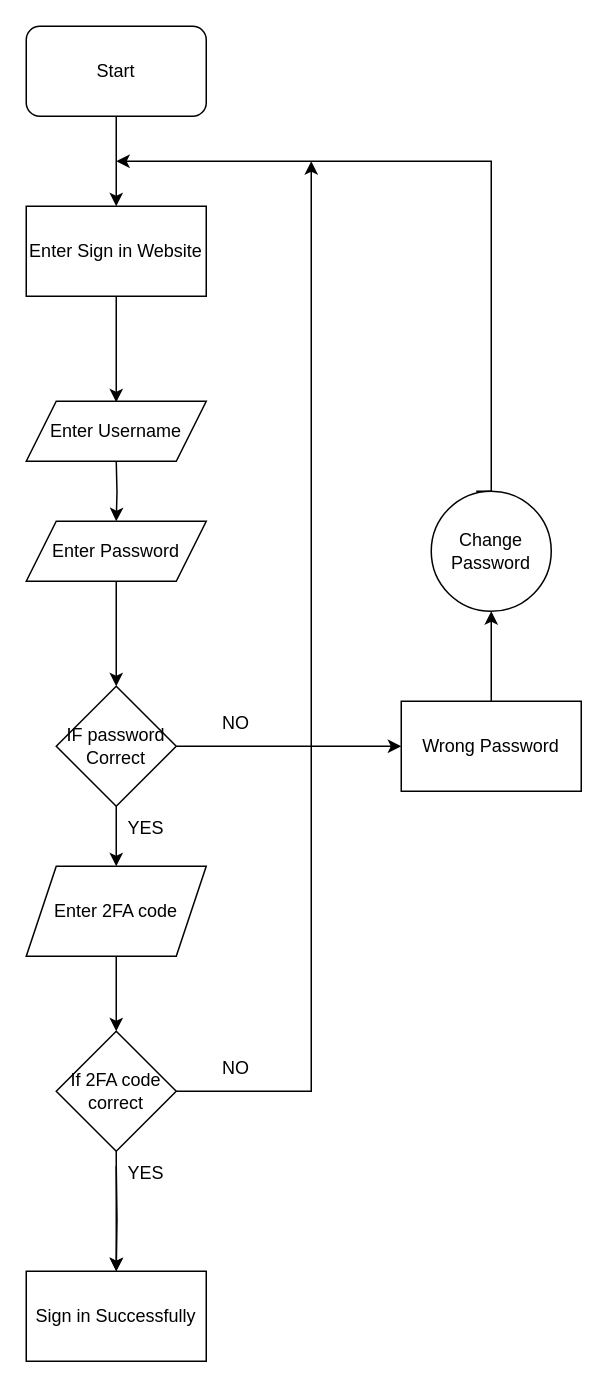
Before: Flowchart CW 2.drawio in theretardednoob/PPS, a draw.io diagram. Source tidied: cells renumbered, new cells numbered last; positions are measured from the earlier drawing's top-left corner, leaving out a move shared by most shapes. Both pictures are drawn from the tidied source at 150%, with x=0, y=0 at pixel (26, 26).
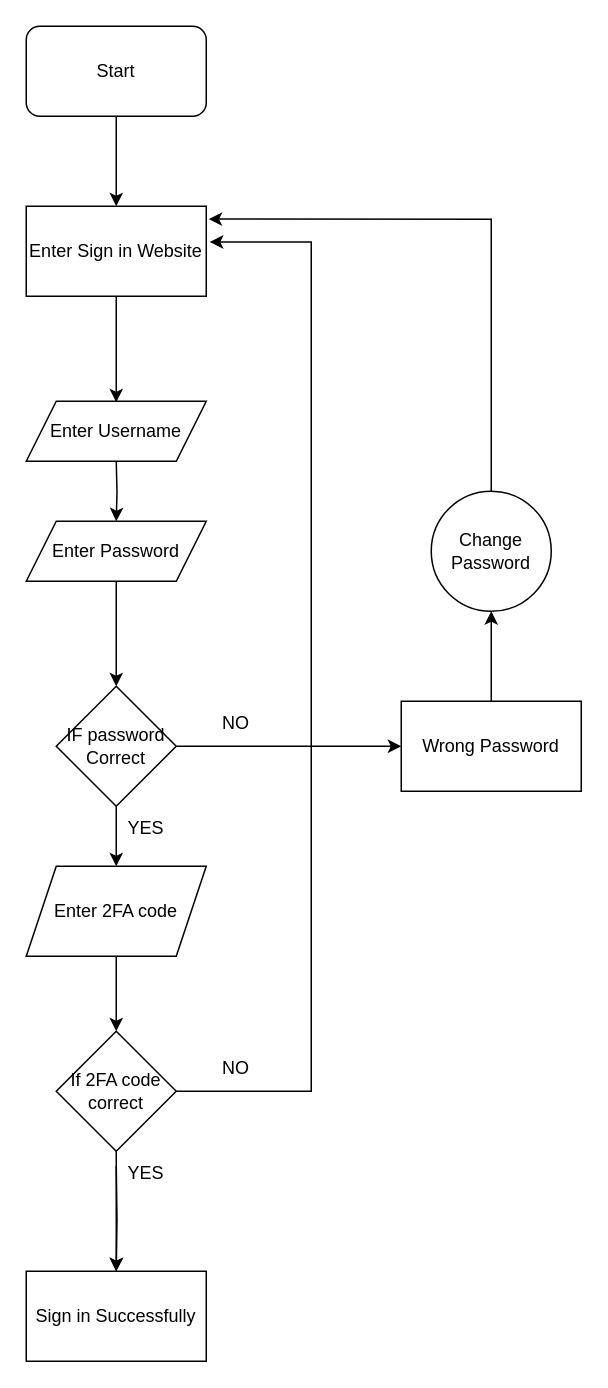
After the change.

The change refers to these unchanged cells:
```xml
<mxCell id="2" value="Enter Sign in Website" style="rounded=0;whiteSpace=wrap;html=1;" parent="1" vertex="1">
  <mxGeometry y="120" width="120" height="60" as="geometry" />
</mxCell>
<mxCell id="24" value="If 2FA code correct" style="rhombus;whiteSpace=wrap;html=1;" parent="1" vertex="1">
  <mxGeometry x="20" y="670" width="80" height="80" as="geometry" />
</mxCell>
<mxCell id="27" value="Change Password" style="ellipse;whiteSpace=wrap;html=1;" parent="1" vertex="1">
  <mxGeometry x="270" y="310" width="80" height="80" as="geometry" />
</mxCell>
```

The edit, as a diff of the source:
```diff
@@
-    <mxCell id="10" style="edgeStyle=orthogonalEdgeStyle;rounded=0;jettySize=auto;html=1;exitX=0.375;exitY=0;exitDx=0;exitDy=0;exitPerimeter=0;" parent="1" edge="1" source="27">
-      <mxGeometry relative="1" as="geometry">
-        <mxPoint x="60" y="90" as="targetPoint" />
-        <Array as="points">
-          <mxPoint x="310" y="90" />
-        </Array>
-      </mxGeometry>
-    </mxCell>
@@
-    <mxCell id="23" style="edgeStyle=orthogonalEdgeStyle;rounded=0;jettySize=auto;html=1;" parent="1" edge="1" source="24">
+    <mxCell id="23" style="edgeStyle=orthogonalEdgeStyle;rounded=0;jettySize=auto;html=1;entryX=1.02;entryY=0.397;entryDx=0;entryDy=0;entryPerimeter=0;" parent="1" edge="1" source="24" target="2">
       <mxGeometry relative="1" as="geometry">
-        <mxPoint x="190" y="90" as="targetPoint" />
         <Array as="points">
-          <mxPoint x="150" y="710" />
-          <mxPoint x="150" y="710" />
+          <mxPoint x="190" y="710" />
+          <mxPoint x="190" y="144" />
         </Array>
       </mxGeometry>
     </mxCell>
@@
+    <mxCell id="28" style="edgeStyle=orthogonalEdgeStyle;rounded=0;jettySize=auto;html=1;entryX=1.013;entryY=0.143;entryDx=0;entryDy=0;entryPerimeter=0;" parent="1" edge="1" source="27" target="2">
+      <mxGeometry relative="1" as="geometry">
+        <Array as="points">
+          <mxPoint x="310" y="129" />
+        </Array>
+      </mxGeometry>
+    </mxCell>
```
